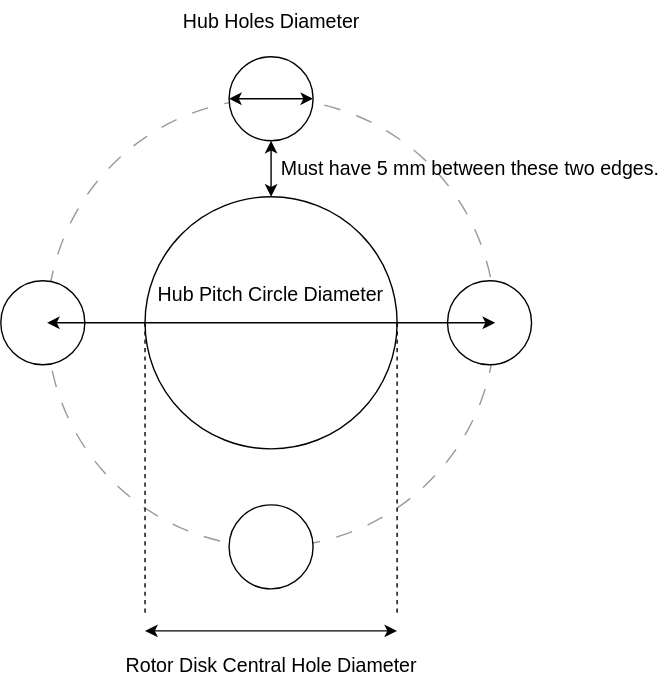
Before: diagram.svg, a diagram exported from draw.io (gbroques/json-schema-interproperty-expressions). Source tidied: cells renumbered, new cells last; positions are measured from the earlier drawing's top-left corner, leaving out a move shared by most shapes.
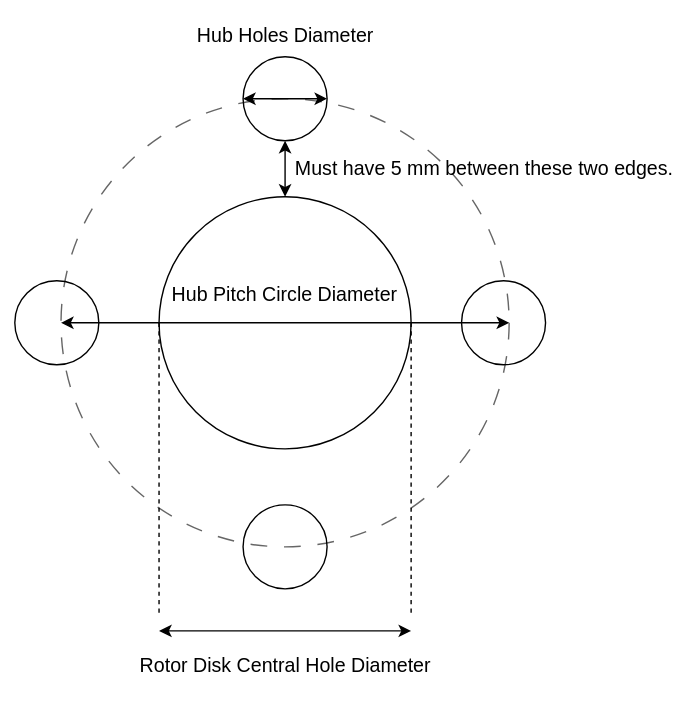
The same diagram one commit later.

Commit message:
Make hub holes transparent and darken dashed line

Change to the diagram source:
```diff
@@ -2,29 +2,29 @@
   <root>
     <mxCell id="0" />
     <mxCell id="1" parent="0" />
-    <mxCell id="2" style="ellipse;whiteSpace=wrap;html=1;dashed=1;dashPattern=12 12;strokeColor=#999999;" parent="1" vertex="1">
+    <mxCell id="2" style="ellipse;whiteSpace=wrap;html=1;dashed=1;dashPattern=12 12;strokeColor=#666666;" parent="1" vertex="1">
       <mxGeometry x="33" y="70" width="320" height="320" as="geometry" />
     </mxCell>
     <mxCell id="3" style="ellipse;whiteSpace=wrap;html=1;" parent="1" vertex="1">
       <mxGeometry x="103" y="140" width="180" height="180" as="geometry" />
     </mxCell>
-    <mxCell id="4" style="ellipse;whiteSpace=wrap;html=1;" parent="1" vertex="1">
+    <mxCell id="4" style="ellipse;whiteSpace=wrap;html=1;fillColor=none;" parent="1" vertex="1">
       <mxGeometry x="163" y="40" width="60" height="60" as="geometry" />
     </mxCell>
-    <mxCell id="5" style="ellipse;whiteSpace=wrap;html=1;" parent="1" vertex="1">
+    <mxCell id="5" style="ellipse;whiteSpace=wrap;html=1;fillColor=none;" parent="1" vertex="1">
       <mxGeometry x="163" y="360" width="60" height="60" as="geometry" />
     </mxCell>
-    <mxCell id="6" style="ellipse;whiteSpace=wrap;html=1;" parent="1" vertex="1">
+    <mxCell id="6" style="ellipse;whiteSpace=wrap;html=1;fillColor=none;" parent="1" vertex="1">
       <mxGeometry y="200" width="60" height="60" as="geometry" />
     </mxCell>
-    <mxCell id="7" style="ellipse;whiteSpace=wrap;html=1;" parent="1" vertex="1">
+    <mxCell id="7" style="ellipse;whiteSpace=wrap;html=1;fillColor=none;" parent="1" vertex="1">
       <mxGeometry x="319" y="200" width="60" height="60" as="geometry" />
     </mxCell>
     <mxCell id="8" style="endArrow=classic;startArrow=classic;html=1;rounded=0;exitX=0;exitY=0.5;exitDx=0;exitDy=0;entryX=1;entryY=0.5;entryDx=0;entryDy=0;" parent="1" edge="1" source="4" target="4">
       <mxGeometry relative="1" as="geometry" />
     </mxCell>
     <mxCell id="9" value="Hub Holes Diameter" style="text;html=1;strokeColor=none;fillColor=none;align=center;verticalAlign=middle;whiteSpace=wrap;rounded=0;fontSize=14;" parent="1" vertex="1">
-      <mxGeometry x="110.5" width="165" height="30" as="geometry" />
+      <mxGeometry x="110.5" y="10" width="165" height="30" as="geometry" />
     </mxCell>
     <mxCell id="10" style="endArrow=classic;startArrow=classic;html=1;rounded=0;" parent="1" edge="1">
       <mxGeometry relative="1" as="geometry">
```
